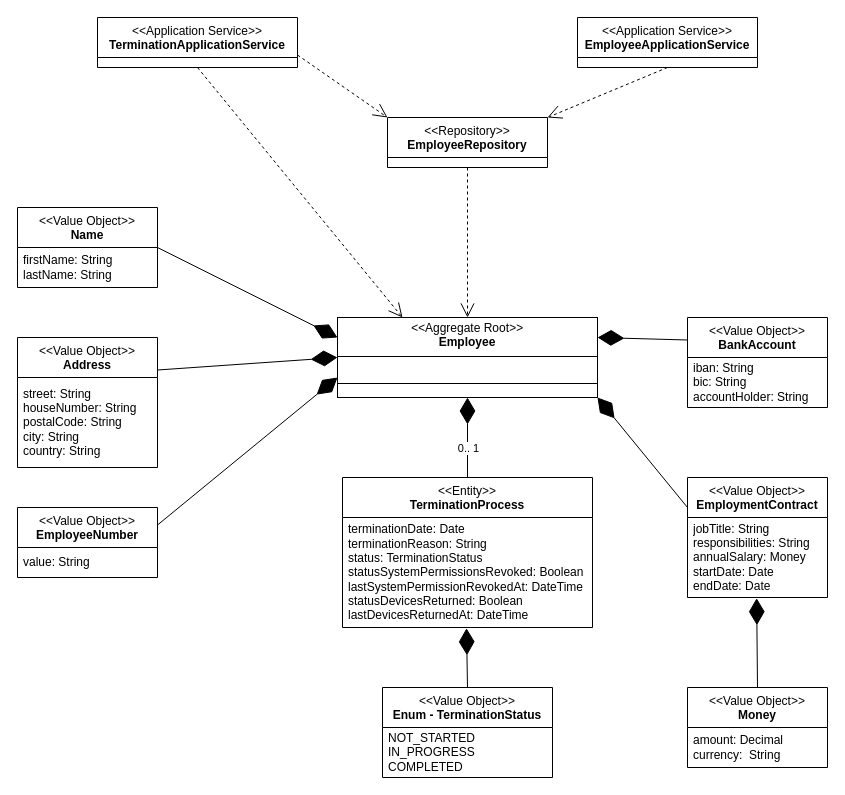
AlexanderCoopmans/FSE-Mitarbeiterverwaltung-Example keeps this draw.io diagram as uml/hr-management.drawio. Above is the earlier version. Source tidied: cells renumbered, new cells numbered last; positions are measured from the earlier drawing's top-left corner, leaving out a move shared by most shapes. Both pictures are drawn from the tidied source at 100%, with x=0, y=0 at pixel (17, 17).
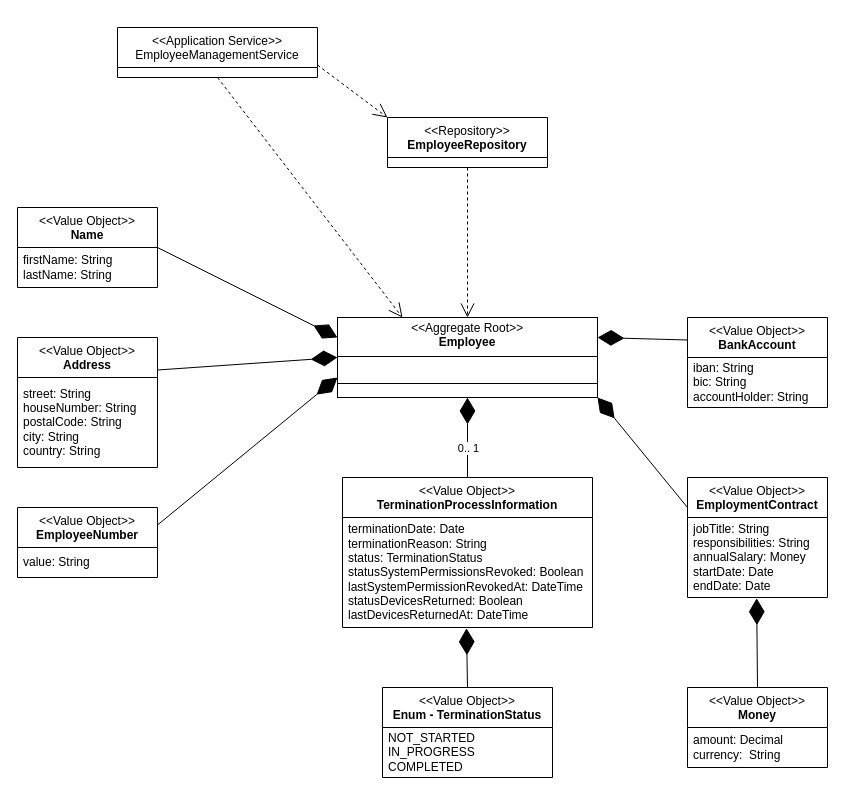
The same diagram, later.

Unchanged cells that the change refers to:
```xml
<mxCell id="19" value="&amp;lt;&amp;lt;Repository&amp;gt;&amp;gt;&lt;br&gt;&lt;b&gt;EmployeeRepository&lt;/b&gt;" style="swimlane;fontStyle=0;align=center;verticalAlign=top;horizontal=1;startSize=40;html=1;whiteSpace=wrap;" parent="1" vertex="1">
  <mxGeometry x="370" y="100" width="160" height="50" as="geometry" />
</mxCell>
```

Diff of the diagram source:
```diff
@@
-    <mxCell id="15" value="&amp;lt;&amp;lt;Entity&amp;gt;&amp;gt;&lt;br&gt;&lt;b&gt;TerminationProcess&lt;/b&gt;" style="swimlane;fontStyle=0;align=center;verticalAlign=top;horizontal=1;startSize=40;html=1;whiteSpace=wrap;" parent="1" vertex="1">
+    <mxCell id="15" value="&amp;lt;&amp;lt;&lt;span style=&quot;color: rgb(0, 0, 0);&quot;&gt;Value Object&lt;/span&gt;&amp;gt;&amp;gt;&lt;br&gt;&lt;b&gt;TerminationProcessInformation&lt;/b&gt;" style="swimlane;fontStyle=0;align=center;verticalAlign=top;horizontal=1;startSize=40;html=1;whiteSpace=wrap;" parent="1" vertex="1">
       <mxGeometry x="325" y="460" width="250" height="150" as="geometry" />
     </mxCell>
@@
-    <mxCell id="20" value="&amp;lt;&amp;lt;Application Service&amp;gt;&amp;gt;&lt;br&gt;&lt;b&gt;EmployeeApplicationService&lt;/b&gt;" style="swimlane;fontStyle=0;align=center;verticalAlign=top;horizontal=1;startSize=40;html=1;whiteSpace=wrap;" parent="1" vertex="1">
-      <mxGeometry x="560" width="180" height="50" as="geometry" />
-    </mxCell>
-    <mxCell id="21" value="&amp;lt;&amp;lt;Application Service&amp;gt;&amp;gt;&lt;br&gt;&lt;b&gt;TerminationApplicationService&lt;/b&gt;" style="swimlane;fontStyle=0;align=center;verticalAlign=top;horizontal=1;startSize=40;html=1;whiteSpace=wrap;" parent="1" vertex="1">
-      <mxGeometry x="80" width="200" height="50" as="geometry" />
+    <mxCell id="21" value="&amp;lt;&amp;lt;Application Service&amp;gt;&amp;gt;&lt;br&gt;EmployeeManagementService" style="swimlane;fontStyle=0;align=center;verticalAlign=top;horizontal=1;startSize=40;html=1;whiteSpace=wrap;" parent="1" vertex="1">
+      <mxGeometry x="100" y="10" width="200" height="50" as="geometry" />
     </mxCell>
@@
-    <mxCell id="34" style="endArrow=open;endSize=12;dashed=1;html=1;rounded=0;entryX=1;entryY=0;entryDx=0;entryDy=0;exitX=0.5;exitY=1;exitDx=0;exitDy=0;" parent="1" edge="1" source="20" target="19">
-      <mxGeometry relative="1" as="geometry" />
-    </mxCell>
```
